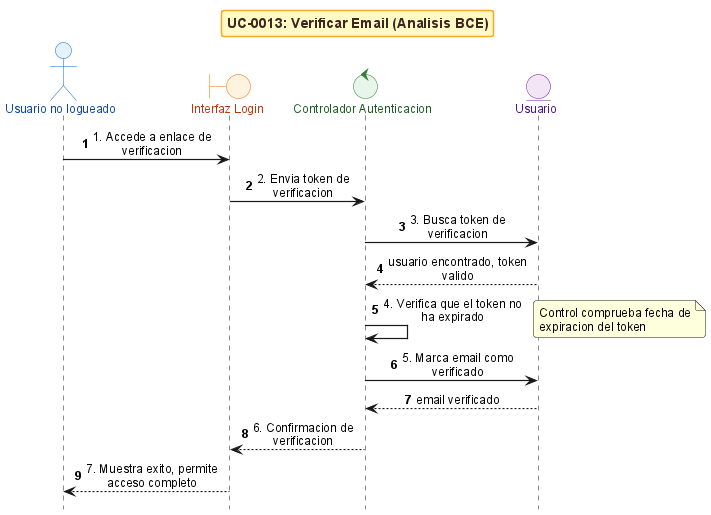
ErDeivih/DocumentChain keeps this PlantUML diagram as anexos/diagramas/seq-bce-uc0013-verify-email.png. Above is the earlier version. Source of this version:
```plantuml
@startuml
!include _sequence-bce-style.puml

title UC-0013: Verificar Email (Analisis BCE)

actor "Usuario no logueado" as Actor
boundary "Interfaz Login" as BF
control "Controlador Autenticacion" as CG
entity "Usuario" as EU


Actor -> BF : 1. Accede a enlace de verificacion
BF -> CG : 2. Envia token de verificacion
CG -> EU : 3. Busca token de verificacion
EU --> CG : usuario encontrado, token valido

CG -> CG : 4. Verifica que el token no ha expirado
note right : Control comprueba fecha de expiracion del token

CG -> EU : 5. Marca email como verificado
EU --> CG : email verificado

CG --> BF : 6. Confirmacion de verificacion
BF --> Actor : 7. Muestra exito, permite acceso completo

@enduml
```
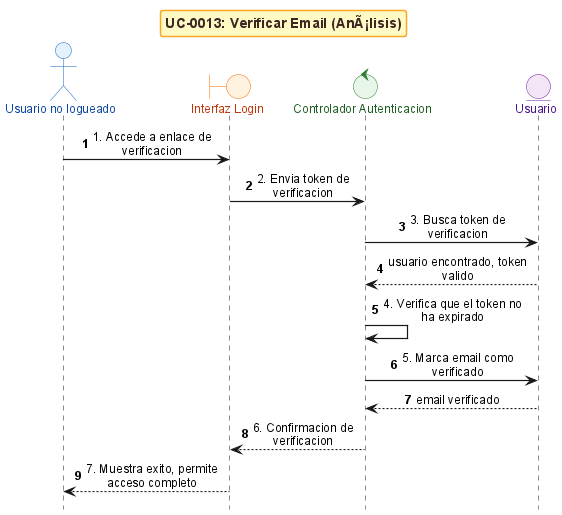
After the change.

Change to the diagram source:
```diff
@@ -1,7 +1,7 @@
 @startuml
 !include _sequence-bce-style.puml
 
-title UC-0013: Verificar Email (Analisis BCE)
+title UC-0013: Verificar Email (AnÃ¡lisis)
 
 actor "Usuario no logueado" as Actor
 boundary "Interfaz Login" as BF
@@ -15,7 +15,6 @@
 EU --> CG : usuario encontrado, token valido
 
 CG -> CG : 4. Verifica que el token no ha expirado
-note right : Control comprueba fecha de expiracion del token
 
 CG -> EU : 5. Marca email como verificado
 EU --> CG : email verificado
```
